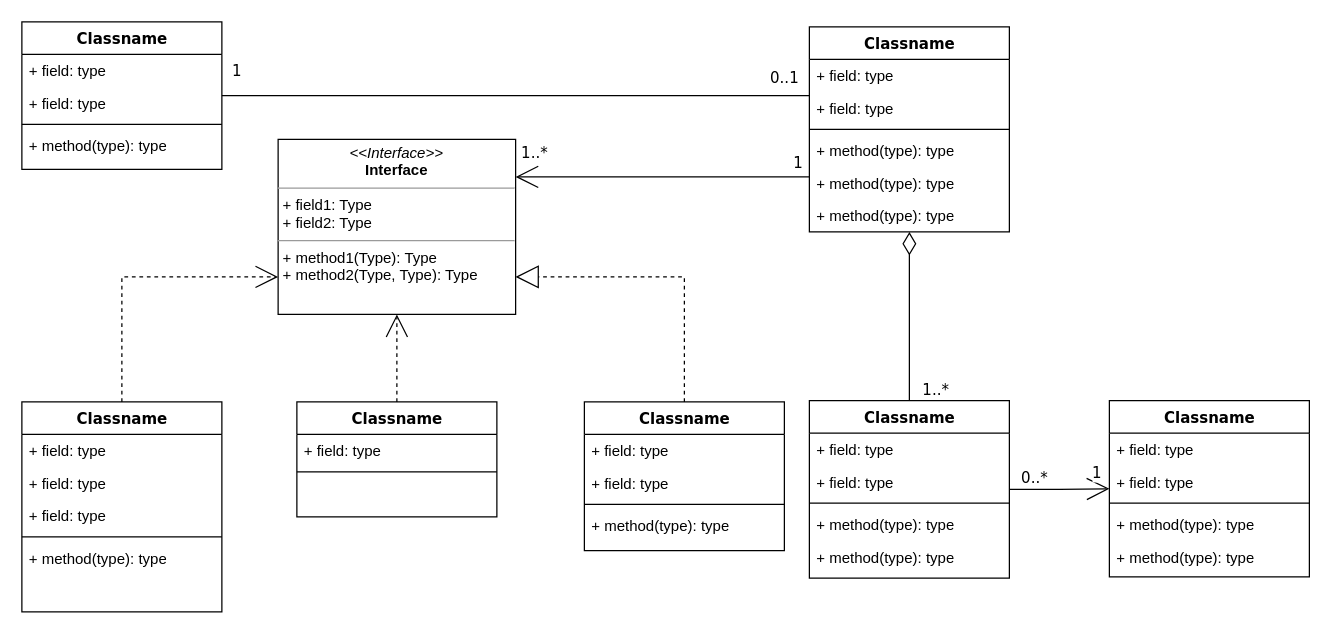
Before: src/Untitled Diagram.drawio in amitkumar-29/Assignment-1, a draw.io diagram. Source tidied: cells renumbered, new cells numbered last; positions are measured from the earlier drawing's top-left corner, leaving out a move shared by most shapes. Both pictures are drawn from the tidied source at 125%, with x=0, y=0 at pixel (21, 21).
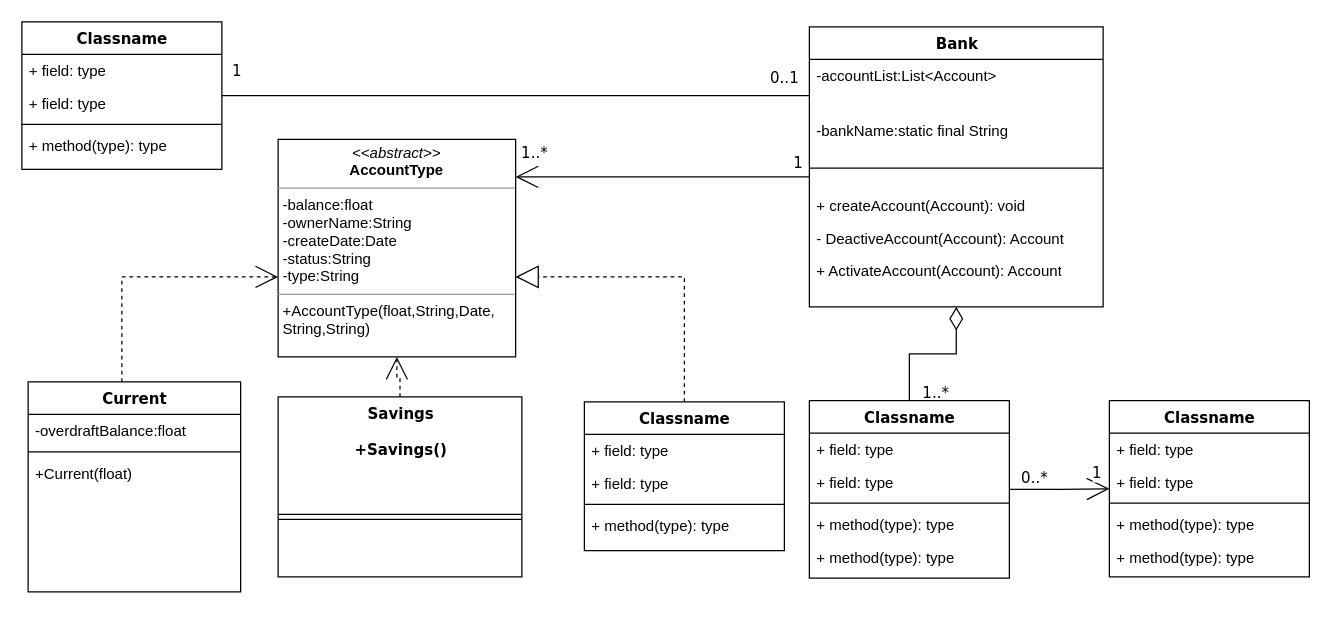
After the change.

Commit message:
Assignment-1 UML modified

Change to the diagram source:
```diff
@@
-    <mxCell id="3" value="Classname" style="swimlane;html=1;fontStyle=1;align=center;verticalAlign=top;horizontal=1;startSize=26;swimlaneFillColor=#ffffff;rounded=0;shadow=0;comic=0;labelBackgroundColor=none;strokeWidth=1;fillColor=none;fontFamily=Verdana;fontSize=12;" parent="1" vertex="1">
-      <mxGeometry y="304" width="160" height="168" as="geometry" />
+    <mxCell id="3" value="Current" style="swimlane;html=1;fontStyle=1;align=center;verticalAlign=top;horizontal=1;startSize=26;swimlaneFillColor=#ffffff;rounded=0;shadow=0;comic=0;labelBackgroundColor=none;strokeWidth=1;fillColor=none;fontFamily=Verdana;fontSize=12;" parent="1" vertex="1">
+      <mxGeometry x="5" y="288" width="170" height="168" as="geometry" />
     </mxCell>
-    <mxCell id="4" value="+ field: type" style="text;html=1;strokeColor=none;fillColor=none;align=left;verticalAlign=top;spacingLeft=4;spacingRight=4;whiteSpace=wrap;overflow=hidden;" parent="3" vertex="1">
-      <mxGeometry y="26" width="160" height="26" as="geometry" />
-    </mxCell>
-    <mxCell id="5" value="+ field: type" style="text;html=1;strokeColor=none;fillColor=none;align=left;verticalAlign=top;spacingLeft=4;spacingRight=4;whiteSpace=wrap;overflow=hidden;" parent="3" vertex="1">
-      <mxGeometry y="52" width="160" height="26" as="geometry" />
+    <mxCell id="5" value="-overdraftBalance:float" style="text;html=1;strokeColor=none;fillColor=none;align=left;verticalAlign=top;spacingLeft=4;spacingRight=4;whiteSpace=wrap;overflow=hidden;" parent="3" vertex="1">
+      <mxGeometry y="26" width="170" height="26" as="geometry" />
     </mxCell>
-    <mxCell id="6" value="+ field: type" style="text;html=1;strokeColor=none;fillColor=none;align=left;verticalAlign=top;spacingLeft=4;spacingRight=4;whiteSpace=wrap;overflow=hidden;" parent="3" vertex="1">
-      <mxGeometry y="78" width="160" height="26" as="geometry" />
-    </mxCell>
     <mxCell id="7" style="line;html=1;strokeWidth=1;fillColor=none;align=left;verticalAlign=middle;spacingTop=-1;spacingLeft=3;spacingRight=3;labelPosition=right;" parent="3" vertex="1">
-      <mxGeometry y="104" width="160" height="8" as="geometry" />
+      <mxGeometry y="52" width="170" height="8" as="geometry" />
     </mxCell>
-    <mxCell id="8" value="+ method(type): type" style="text;html=1;strokeColor=none;fillColor=none;align=left;verticalAlign=top;spacingLeft=4;spacingRight=4;whiteSpace=wrap;overflow=hidden;" parent="3" vertex="1">
-      <mxGeometry y="112" width="160" height="26" as="geometry" />
+    <mxCell id="8" value="+Current(float)" style="text;html=1;strokeColor=none;fillColor=none;align=left;verticalAlign=top;spacingLeft=4;spacingRight=4;whiteSpace=wrap;overflow=hidden;" parent="3" vertex="1">
+      <mxGeometry y="60" width="170" height="60" as="geometry" />
     </mxCell>
@@
-    <mxCell id="20" value="Classname" style="swimlane;html=1;fontStyle=1;align=center;verticalAlign=top;horizontal=1;startSize=26;swimlaneFillColor=#ffffff;rounded=0;shadow=0;comic=0;labelBackgroundColor=none;strokeWidth=1;fillColor=none;fontFamily=Verdana;fontSize=12;" parent="1" vertex="1">
-      <mxGeometry x="630" y="4" width="160" height="164" as="geometry" />
+    <mxCell id="20" value="Bank" style="swimlane;html=1;fontStyle=1;align=center;verticalAlign=top;horizontal=1;startSize=26;swimlaneFillColor=#ffffff;rounded=0;shadow=0;comic=0;labelBackgroundColor=none;strokeWidth=1;fillColor=none;fontFamily=Verdana;fontSize=12;" parent="1" vertex="1">
+      <mxGeometry x="630" y="4" width="235" height="224" as="geometry" />
     </mxCell>
-    <mxCell id="21" value="+ field: type" style="text;html=1;strokeColor=none;fillColor=none;align=left;verticalAlign=top;spacingLeft=4;spacingRight=4;whiteSpace=wrap;overflow=hidden;" parent="20" vertex="1">
-      <mxGeometry y="26" width="160" height="26" as="geometry" />
+    <mxCell id="21" value="-accountList:List&amp;lt;Account&amp;gt;&lt;br&gt;" style="text;html=1;strokeColor=none;fillColor=none;align=left;verticalAlign=top;spacingLeft=4;spacingRight=4;whiteSpace=wrap;overflow=hidden;" parent="20" vertex="1">
+      <mxGeometry y="26" width="235" height="44" as="geometry" />
     </mxCell>
-    <mxCell id="22" value="+ field: type" style="text;html=1;strokeColor=none;fillColor=none;align=left;verticalAlign=top;spacingLeft=4;spacingRight=4;whiteSpace=wrap;overflow=hidden;" parent="20" vertex="1">
-      <mxGeometry y="52" width="160" height="26" as="geometry" />
+    <mxCell id="22" value="-bankName:static final String&lt;br&gt;" style="text;html=1;strokeColor=none;fillColor=none;align=left;verticalAlign=top;spacingLeft=4;spacingRight=4;whiteSpace=wrap;overflow=hidden;" parent="20" vertex="1">
+      <mxGeometry y="70" width="235" height="26" as="geometry" />
     </mxCell>
     <mxCell id="23" style="line;html=1;strokeWidth=1;fillColor=none;align=left;verticalAlign=middle;spacingTop=-1;spacingLeft=3;spacingRight=3;labelPosition=right;" parent="20" vertex="1">
-      <mxGeometry y="78" width="160" height="8" as="geometry" />
+      <mxGeometry y="96" width="235" height="34" as="geometry" />
     </mxCell>
-    <mxCell id="24" value="+ method(type): type" style="text;html=1;strokeColor=none;fillColor=none;align=left;verticalAlign=top;spacingLeft=4;spacingRight=4;whiteSpace=wrap;overflow=hidden;" parent="20" vertex="1">
-      <mxGeometry y="86" width="160" height="26" as="geometry" />
+    <mxCell id="24" value="+ createAccount(Account): void" style="text;html=1;strokeColor=none;fillColor=none;align=left;verticalAlign=top;spacingLeft=4;spacingRight=4;whiteSpace=wrap;overflow=hidden;" parent="20" vertex="1">
+      <mxGeometry y="130" width="235" height="26" as="geometry" />
     </mxCell>
-    <mxCell id="25" value="+ method(type): type" style="text;html=1;strokeColor=none;fillColor=none;align=left;verticalAlign=top;spacingLeft=4;spacingRight=4;whiteSpace=wrap;overflow=hidden;" parent="20" vertex="1">
-      <mxGeometry y="112" width="160" height="26" as="geometry" />
+    <mxCell id="25" value="- DeactiveAccount(Account): Account" style="text;html=1;strokeColor=none;fillColor=none;align=left;verticalAlign=top;spacingLeft=4;spacingRight=4;whiteSpace=wrap;overflow=hidden;" parent="20" vertex="1">
+      <mxGeometry y="156" width="235" height="26" as="geometry" />
     </mxCell>
-    <mxCell id="26" value="+ method(type): type" style="text;html=1;strokeColor=none;fillColor=none;align=left;verticalAlign=top;spacingLeft=4;spacingRight=4;whiteSpace=wrap;overflow=hidden;" parent="20" vertex="1">
-      <mxGeometry y="138" width="160" height="26" as="geometry" />
+    <mxCell id="26" value="+ ActivateAccount(Account): Account" style="text;html=1;strokeColor=none;fillColor=none;align=left;verticalAlign=top;spacingLeft=4;spacingRight=4;whiteSpace=wrap;overflow=hidden;" parent="20" vertex="1">
+      <mxGeometry y="182" width="235" height="26" as="geometry" />
     </mxCell>
@@
-    <mxCell id="28" value="Classname" style="swimlane;html=1;fontStyle=1;align=center;verticalAlign=top;horizontal=1;startSize=26;swimlaneFillColor=#ffffff;rounded=0;shadow=0;comic=0;labelBackgroundColor=none;strokeWidth=1;fillColor=none;fontFamily=Verdana;fontSize=12;" parent="1" vertex="1">
-      <mxGeometry x="220" y="304" width="160" height="92" as="geometry" />
+    <mxCell id="28" value="Savings&lt;br&gt;&lt;br&gt;+Savings()" style="swimlane;html=1;fontStyle=1;align=center;verticalAlign=top;horizontal=1;startSize=94;swimlaneFillColor=#ffffff;rounded=0;shadow=0;comic=0;labelBackgroundColor=none;strokeWidth=1;fillColor=none;fontFamily=Verdana;fontSize=12;" parent="1" vertex="1">
+      <mxGeometry x="205" y="300" width="195" height="144" as="geometry" />
     </mxCell>
-    <mxCell id="29" value="+ field: type" style="text;html=1;strokeColor=none;fillColor=none;align=left;verticalAlign=top;spacingLeft=4;spacingRight=4;whiteSpace=wrap;overflow=hidden;" parent="28" vertex="1">
-      <mxGeometry y="26" width="160" height="26" as="geometry" />
-    </mxCell>
     <mxCell id="30" style="line;html=1;strokeWidth=1;fillColor=none;align=left;verticalAlign=middle;spacingTop=-1;spacingLeft=3;spacingRight=3;labelPosition=right;" parent="28" vertex="1">
-      <mxGeometry y="52" width="160" height="8" as="geometry" />
+      <mxGeometry y="94" width="195" height="8" as="geometry" />
     </mxCell>
@@
-    <mxCell id="54" value="&lt;p style=&quot;margin:0px;margin-top:4px;text-align:center;&quot;&gt;&lt;i&gt;&amp;lt;&amp;lt;Interface&amp;gt;&amp;gt;&lt;/i&gt;&lt;br/&gt;&lt;b&gt;Interface&lt;/b&gt;&lt;/p&gt;&lt;hr size=&quot;1&quot;/&gt;&lt;p style=&quot;margin:0px;margin-left:4px;&quot;&gt;+ field1: Type&lt;br/&gt;+ field2: Type&lt;/p&gt;&lt;hr size=&quot;1&quot;/&gt;&lt;p style=&quot;margin:0px;margin-left:4px;&quot;&gt;+ method1(Type): Type&lt;br/&gt;+ method2(Type, Type): Type&lt;/p&gt;" style="verticalAlign=top;align=left;overflow=fill;fontSize=12;fontFamily=Helvetica;html=1;rounded=0;shadow=0;comic=0;labelBackgroundColor=none;strokeWidth=1;" parent="1" vertex="1">
-      <mxGeometry x="205" y="94" width="190" height="140" as="geometry" />
+    <mxCell id="54" value="&lt;p style=&quot;margin: 0px ; margin-top: 4px ; text-align: center&quot;&gt;&lt;i&gt;&amp;lt;&amp;lt;abstract&amp;gt;&amp;gt;&lt;/i&gt;&lt;br&gt;&lt;b&gt;AccountType&lt;/b&gt;&lt;/p&gt;&lt;hr size=&quot;1&quot;&gt;&lt;p style=&quot;margin: 0px ; margin-left: 4px&quot;&gt;-balance:float&lt;br&gt;-ownerName:String&lt;/p&gt;&lt;p style=&quot;margin: 0px ; margin-left: 4px&quot;&gt;-createDate:Date&lt;/p&gt;&lt;p style=&quot;margin: 0px ; margin-left: 4px&quot;&gt;-status:String&lt;/p&gt;&lt;p style=&quot;margin: 0px ; margin-left: 4px&quot;&gt;-type:String&lt;/p&gt;&lt;hr size=&quot;1&quot;&gt;&lt;p style=&quot;margin: 0px ; margin-left: 4px&quot;&gt;+AccountType(float,String,Date,&lt;/p&gt;&lt;p style=&quot;margin: 0px ; margin-left: 4px&quot;&gt;String,String)&lt;/p&gt;" style="verticalAlign=top;align=left;overflow=fill;fontSize=12;fontFamily=Helvetica;html=1;rounded=0;shadow=0;comic=0;labelBackgroundColor=none;strokeWidth=1;" parent="1" vertex="1">
+      <mxGeometry x="205" y="94" width="190" height="174" as="geometry" />
     </mxCell>
```
